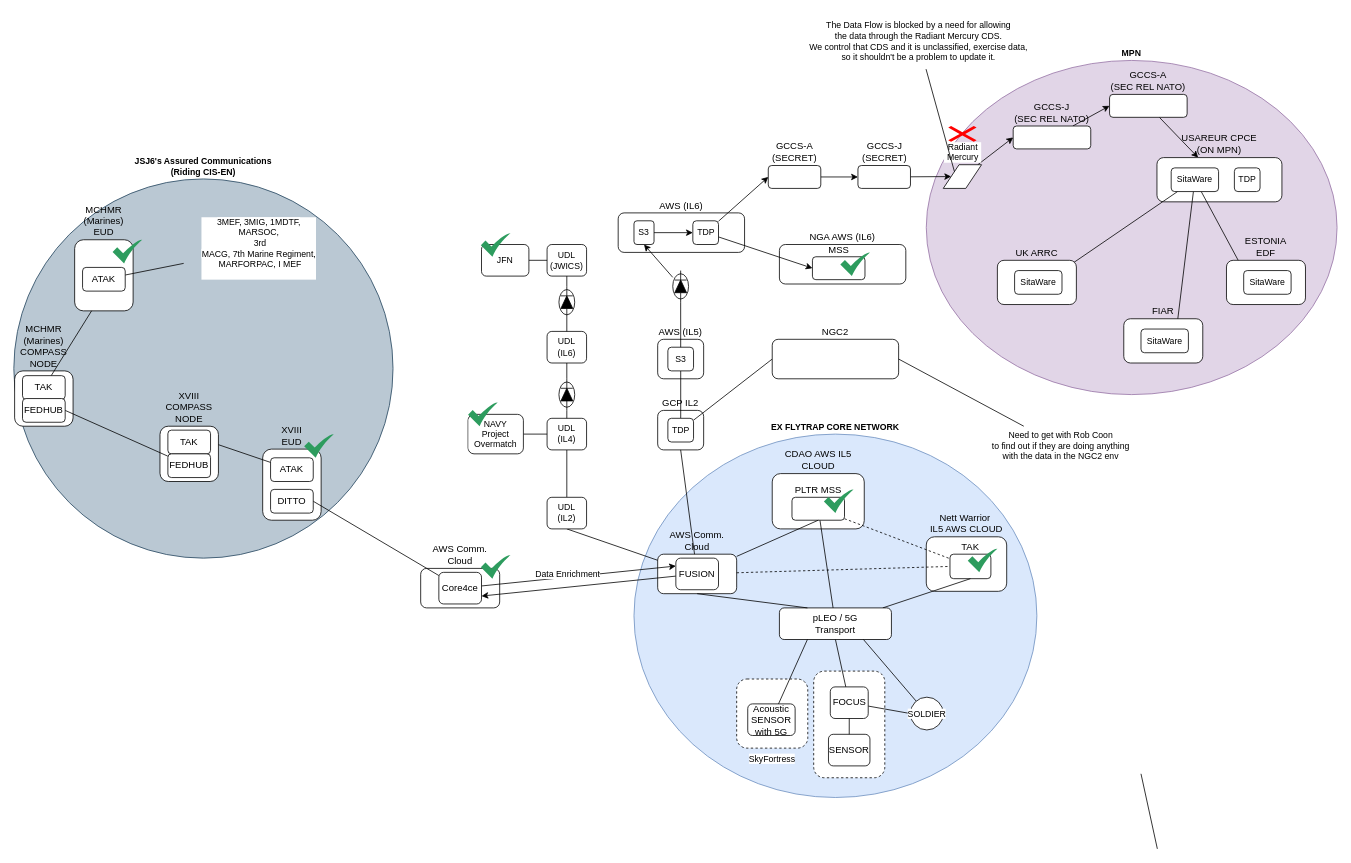
dlf-dds/FLYTRAP-ALL-ARCH keeps this draw.io diagram as simplified/EXFLYTRAP-FULL-with-status.drawio. Above is the earlier version. Source tidied: cells renumbered, new cells numbered last; positions are measured from the earlier drawing's top-left corner, leaving out a move shared by most shapes. Both pictures are drawn from the tidied source at 79%, with x=0, y=0 at pixel (13, 13).
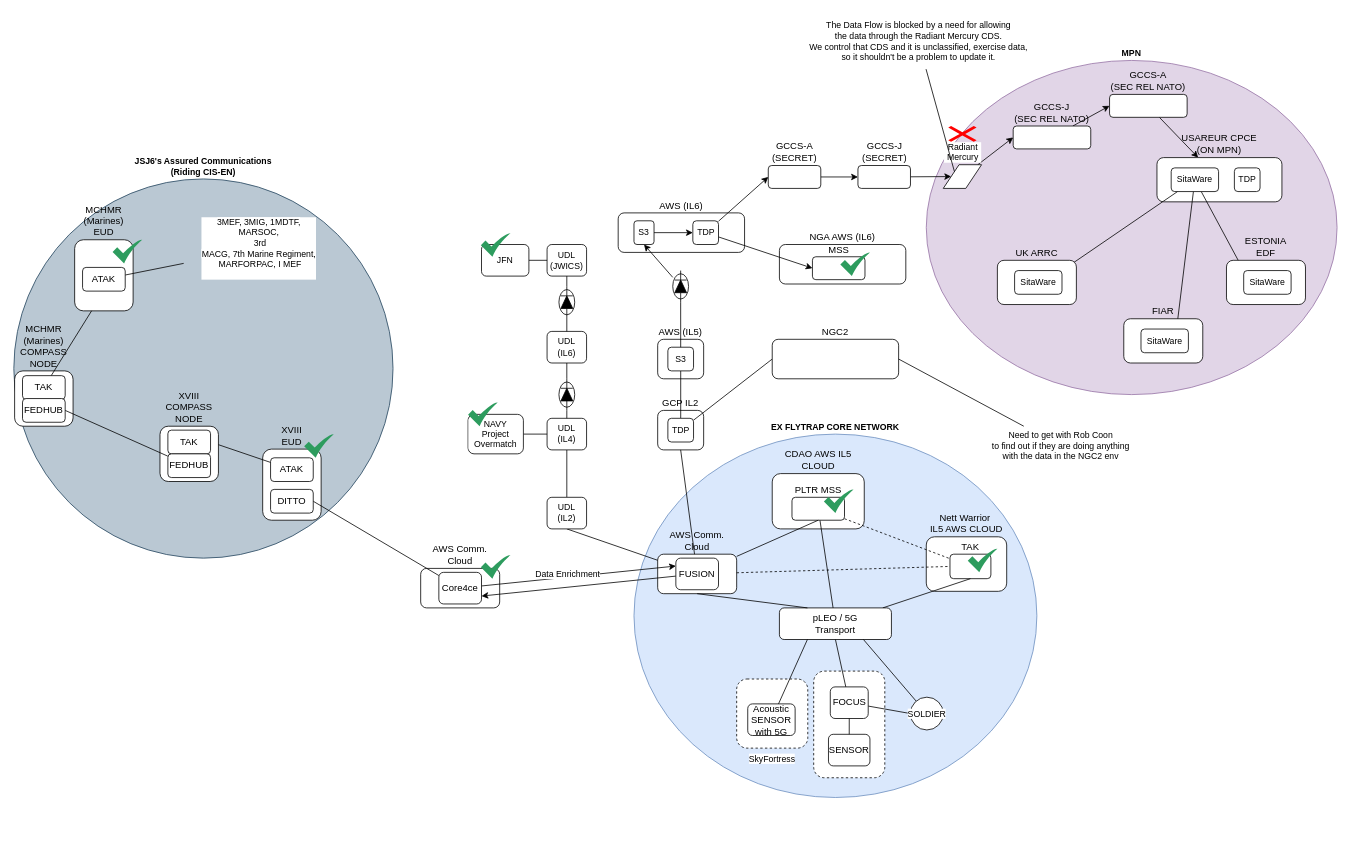
Above is the later version.

Change to the diagram source:
```diff
@@
-    <mxCell id="24" style="rounded=0;orthogonalLoop=1;jettySize=auto;html=1;entryX=0.5;entryY=1;entryDx=0;entryDy=0;endArrow=none;startFill=0;" parent="1" edge="1">
-      <mxGeometry relative="1" as="geometry">
-        <mxPoint x="1447.5" y="1057" as="sourcePoint" />
-        <mxPoint x="1426.8" y="962" as="targetPoint" />
-      </mxGeometry>
-    </mxCell>
```
